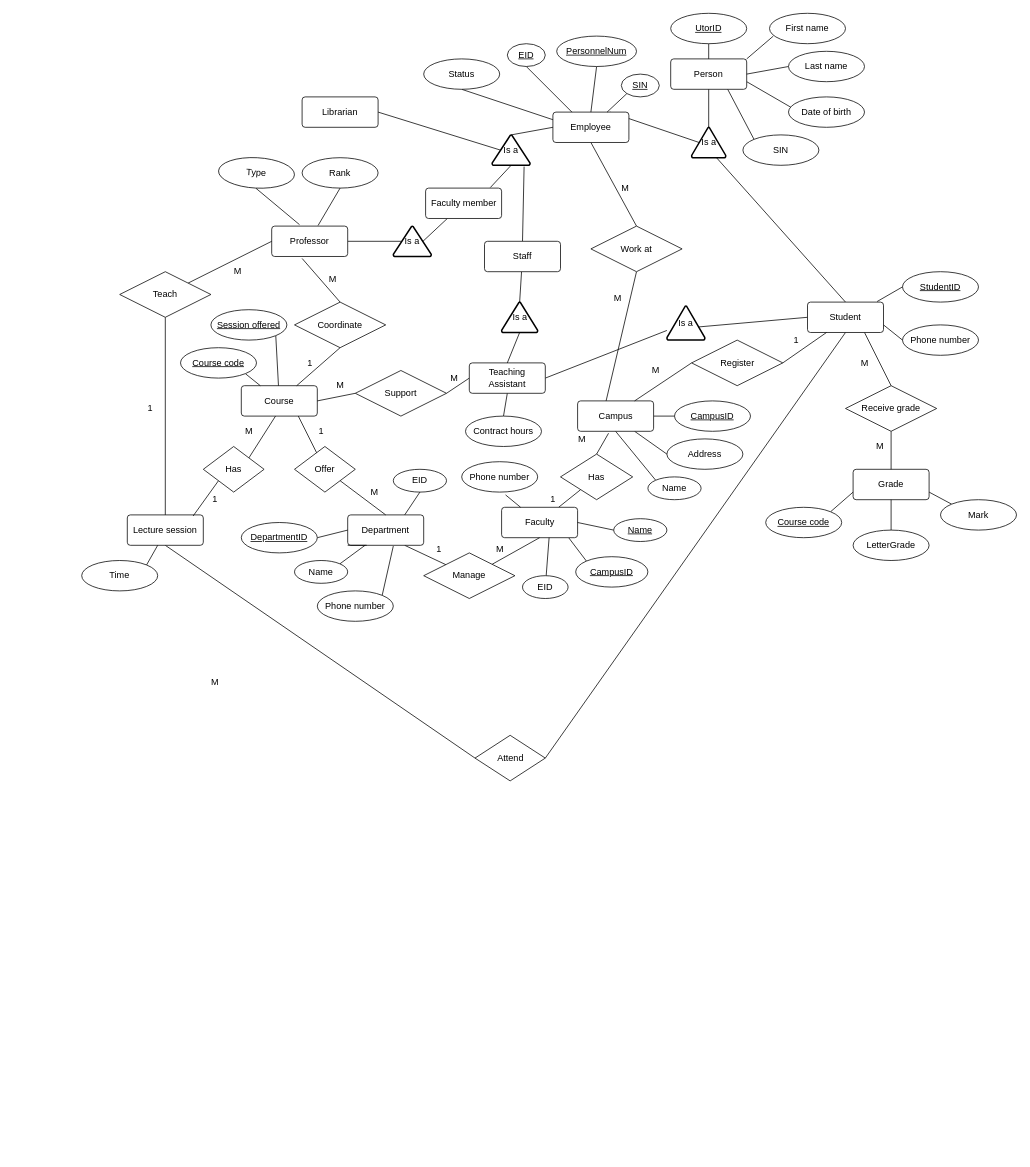
Before: Untitled Diagram.drawio in ListenBuddy/CSC343LAB2, a draw.io diagram. Source tidied: cells renumbered, new cells numbered last; positions are measured from the earlier drawing's top-left corner, leaving out a move shared by most shapes. Both pictures are drawn from the tidied source at 76%, with x=0, y=0 at pixel (81, 13).
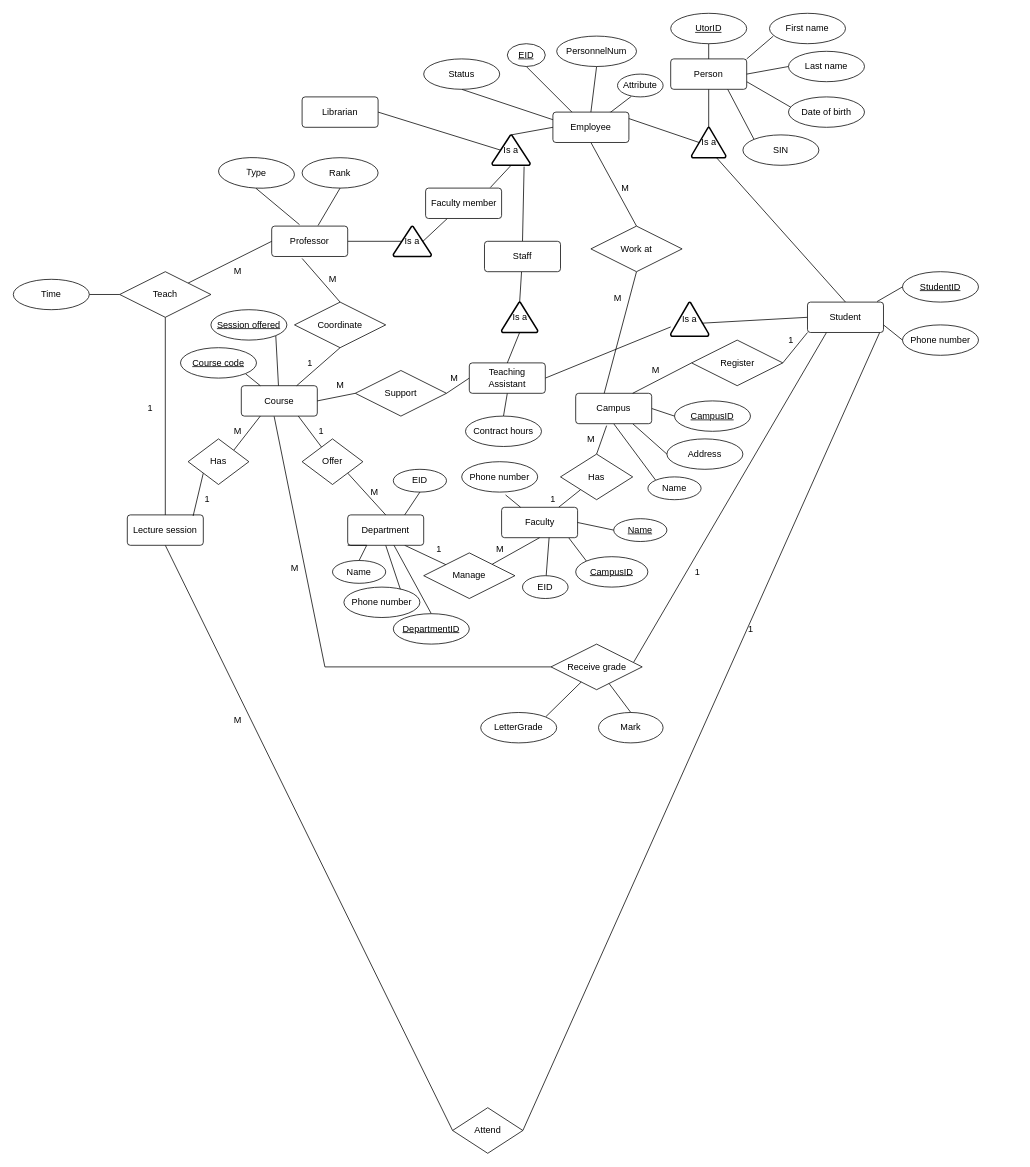
The same page after the edit.

The change refers to these unchanged cells:
```xml
<mxCell id="7" value="Department" style="rounded=1;arcSize=10;whiteSpace=wrap;html=1;align=center;" parent="1" vertex="1">
  <mxGeometry x="350" y="660" width="100" height="40" as="geometry" />
</mxCell>
<mxCell id="20" value="Course" style="rounded=1;arcSize=10;whiteSpace=wrap;html=1;align=center;" parent="1" vertex="1">
  <mxGeometry x="210" y="490" width="100" height="40" as="geometry" />
</mxCell>
<mxCell id="35" value="Lecture session" style="rounded=1;arcSize=10;whiteSpace=wrap;html=1;align=center;" parent="1" vertex="1">
  <mxGeometry x="60" y="660" width="100" height="40" as="geometry" />
</mxCell>
<mxCell id="38" value="Teach" style="shape=rhombus;perimeter=rhombusPerimeter;whiteSpace=wrap;html=1;align=center;" parent="1" vertex="1">
  <mxGeometry x="50" y="340" width="120" height="60" as="geometry" />
</mxCell>
<mxCell id="55" value="Employee" style="rounded=1;arcSize=10;whiteSpace=wrap;html=1;align=center;" parent="1" vertex="1">
  <mxGeometry x="620" y="130" width="100" height="40" as="geometry" />
</mxCell>
<mxCell id="85" value="Student" style="rounded=1;arcSize=10;whiteSpace=wrap;html=1;align=center;" parent="1" vertex="1">
  <mxGeometry x="955" y="380" width="100" height="40" as="geometry" />
</mxCell>
<mxCell id="91" value="Register" style="shape=rhombus;perimeter=rhombusPerimeter;whiteSpace=wrap;html=1;align=center;" parent="1" vertex="1">
  <mxGeometry x="802.5" y="430" width="120" height="60" as="geometry" />
</mxCell>
```

The edit, as a diff of the source:
```diff
@@
+    <mxCell id="159" style="edgeStyle=none;rounded=0;jettySize=auto;html=1;exitX=0.5;exitY=1;exitDx=0;exitDy=0;entryX=0.75;entryY=0.125;entryDx=0;entryDy=0;entryPerimeter=0;endArrow=none;endFill=0;" parent="1" edge="1" source="7" target="96">
+      <mxGeometry relative="1" as="geometry" />
+    </mxCell>
@@
-    <mxCell id="11" style="edgeStyle=none;rounded=0;jettySize=auto;html=1;exitX=1;exitY=0.5;exitDx=0;exitDy=0;entryX=0;entryY=0.5;entryDx=0;entryDy=0;endArrow=none;endFill=0;" parent="1" edge="1" source="12" target="7">
+    <mxCell id="11" style="edgeStyle=none;rounded=0;jettySize=auto;html=1;exitX=0.5;exitY=0;exitDx=0;exitDy=0;endArrow=none;endFill=0;" parent="1" edge="1" source="12" target="7">
       <mxGeometry relative="1" as="geometry" />
     </mxCell>
     <mxCell id="12" value="DepartmentID" style="ellipse;whiteSpace=wrap;html=1;align=center;fontStyle=4;" parent="1" vertex="1">
-      <mxGeometry x="210" y="670" width="100" height="40" as="geometry" />
+      <mxGeometry x="410" y="790" width="100" height="40" as="geometry" />
     </mxCell>
@@
     <mxCell id="18" value="Offer" style="shape=rhombus;perimeter=rhombusPerimeter;whiteSpace=wrap;html=1;align=center;" parent="1" vertex="1">
-      <mxGeometry x="280" y="570" width="80" height="60" as="geometry" />
+      <mxGeometry x="290" y="560" width="80" height="60" as="geometry" />
     </mxCell>
@@
-    <mxCell id="40" style="edgeStyle=none;rounded=0;jettySize=auto;html=1;exitX=1;exitY=0;exitDx=0;exitDy=0;entryX=0.4;entryY=1;entryDx=0;entryDy=0;entryPerimeter=0;endArrow=none;endFill=0;" parent="1" edge="1" source="41" target="35">
-      <mxGeometry relative="1" as="geometry" />
-    </mxCell>
+    <mxCell id="160" style="edgeStyle=none;rounded=0;jettySize=auto;html=1;exitX=1;exitY=0.5;exitDx=0;exitDy=0;entryX=0;entryY=0.5;entryDx=0;entryDy=0;endArrow=none;endFill=0;" parent="1" edge="1" source="41" target="38">
+      <mxGeometry relative="1" as="geometry" />
+    </mxCell>
     <mxCell id="41" value="Time" style="ellipse;whiteSpace=wrap;html=1;align=center;" parent="1" vertex="1">
-      <mxGeometry y="720" width="100" height="40" as="geometry" />
+      <mxGeometry x="-90" y="350" width="100" height="40" as="geometry" />
     </mxCell>
@@
-    <mxCell id="43" style="edgeStyle=none;rounded=0;jettySize=auto;html=1;exitX=1;exitY=0.5;exitDx=0;exitDy=0;entryX=0.5;entryY=1;entryDx=0;entryDy=0;endArrow=none;endFill=0;" parent="1" edge="1" source="44" target="85">
+    <mxCell id="43" style="edgeStyle=none;rounded=0;jettySize=auto;html=1;exitX=1;exitY=0.5;exitDx=0;exitDy=0;endArrow=none;endFill=0;entryX=0.95;entryY=1;entryDx=0;entryDy=0;entryPerimeter=0;" parent="1" edge="1" source="44" target="85">
       <mxGeometry relative="1" as="geometry" />
     </mxCell>
     <mxCell id="44" value="Attend" style="shape=rhombus;perimeter=rhombusPerimeter;whiteSpace=wrap;html=1;align=center;" parent="1" vertex="1">
-      <mxGeometry x="517.5" y="950" width="92.5" height="60" as="geometry" />
+      <mxGeometry x="488" y="1440" width="92.5" height="60" as="geometry" />
     </mxCell>
     <mxCell id="45" value="M" style="text;html=1;align=center;verticalAlign=middle;" parent="1" vertex="1">
-      <mxGeometry x="160" y="870" width="30" height="20" as="geometry" />
+      <mxGeometry x="190" y="920" width="30" height="20" as="geometry" />
     </mxCell>
@@
     <mxCell id="61" value="Is a" style="strokeWidth=2;html=1;shape=mxgraph.flowchart.extract_or_measurement;whiteSpace=wrap;" parent="1" vertex="1">
-      <mxGeometry x="770" y="385" width="50" height="45" as="geometry" />
+      <mxGeometry x="775" y="380" width="50" height="45" as="geometry" />
     </mxCell>
@@
     <mxCell id="77" value="Campus" style="rounded=1;arcSize=10;whiteSpace=wrap;html=1;align=center;" parent="1" vertex="1">
-      <mxGeometry x="652.5" y="510" width="100" height="40" as="geometry" />
+      <mxGeometry x="650" y="500" width="100" height="40" as="geometry" />
     </mxCell>
-    <mxCell id="78" style="edgeStyle=none;rounded=0;jettySize=auto;html=1;exitX=1;exitY=0;exitDx=0;exitDy=0;endArrow=none;endFill=0;entryX=0.45;entryY=1;entryDx=0;entryDy=0;entryPerimeter=0;" parent="1" edge="1" source="80" target="20">
+    <mxCell id="78" style="edgeStyle=none;rounded=0;jettySize=auto;html=1;exitX=1;exitY=0;exitDx=0;exitDy=0;endArrow=none;endFill=0;entryX=0.25;entryY=1;entryDx=0;entryDy=0;" parent="1" edge="1" source="80" target="20">
       <mxGeometry relative="1" as="geometry" />
     </mxCell>
@@
     <mxCell id="80" value="Has" style="shape=rhombus;perimeter=rhombusPerimeter;whiteSpace=wrap;html=1;align=center;" parent="1" vertex="1">
-      <mxGeometry x="160" y="570" width="80" height="60" as="geometry" />
+      <mxGeometry x="140" y="560" width="80" height="60" as="geometry" />
     </mxCell>
@@
-    <mxCell id="84" style="edgeStyle=none;rounded=0;jettySize=auto;html=1;exitX=0.75;exitY=1;exitDx=0;exitDy=0;entryX=0.5;entryY=0;entryDx=0;entryDy=0;endArrow=none;endFill=0;" parent="1" edge="1" source="85" target="151">
+    <mxCell id="84" style="edgeStyle=none;rounded=0;jettySize=auto;html=1;exitX=0.25;exitY=1;exitDx=0;exitDy=0;endArrow=none;endFill=0;entryX=0.907;entryY=0.395;entryDx=0;entryDy=0;entryPerimeter=0;" parent="1" edge="1" source="85" target="151">
       <mxGeometry relative="1" as="geometry" />
     </mxCell>
@@
-    <mxCell id="90" style="edgeStyle=none;rounded=0;jettySize=auto;html=1;exitX=1;exitY=0.5;exitDx=0;exitDy=0;entryX=0.25;entryY=1;entryDx=0;entryDy=0;endArrow=none;endFill=0;" parent="1" edge="1" source="91" target="85">
+    <mxCell id="90" style="edgeStyle=none;rounded=0;jettySize=auto;html=1;exitX=1;exitY=0.5;exitDx=0;exitDy=0;entryX=0;entryY=1;entryDx=0;entryDy=0;endArrow=none;endFill=0;" parent="1" edge="1" source="91" target="85">
       <mxGeometry relative="1" as="geometry" />
     </mxCell>
@@
-    <mxCell id="95" style="edgeStyle=none;rounded=0;jettySize=auto;html=1;exitX=1;exitY=0;exitDx=0;exitDy=0;endArrow=none;endFill=0;" parent="1" edge="1" source="96">
-      <mxGeometry relative="1" as="geometry">
-        <mxPoint x="410" y="701" as="targetPoint" />
-      </mxGeometry>
-    </mxCell>
     <mxCell id="96" value="Phone number" style="ellipse;whiteSpace=wrap;html=1;align=center;" parent="1" vertex="1">
-      <mxGeometry x="310" y="760" width="100" height="40" as="geometry" />
+      <mxGeometry x="345" y="755" width="100" height="40" as="geometry" />
     </mxCell>
@@
-    <mxCell id="101" style="edgeStyle=none;rounded=0;jettySize=auto;html=1;exitX=1;exitY=0;exitDx=0;exitDy=0;endArrow=none;endFill=0;" parent="1" edge="1" source="102" target="7">
+    <mxCell id="101" style="edgeStyle=none;rounded=0;jettySize=auto;html=1;exitX=0.5;exitY=0;exitDx=0;exitDy=0;entryX=0.25;entryY=1;entryDx=0;entryDy=0;endArrow=none;endFill=0;" parent="1" edge="1" source="102" target="7">
       <mxGeometry relative="1" as="geometry" />
     </mxCell>
     <mxCell id="102" value="Name" style="ellipse;whiteSpace=wrap;html=1;align=center;" parent="1" vertex="1">
-      <mxGeometry x="280" y="720" width="70" height="30" as="geometry" />
+      <mxGeometry x="330" y="720" width="70" height="30" as="geometry" />
     </mxCell>
@@
-    <mxCell id="125" style="edgeStyle=none;rounded=0;jettySize=auto;html=1;exitX=1;exitY=0.75;exitDx=0;exitDy=0;entryX=0;entryY=0;entryDx=0;entryDy=0;endArrow=none;endFill=0;" parent="1" edge="1" source="126" target="133">
-      <mxGeometry relative="1" as="geometry" />
-    </mxCell>
-    <mxCell id="126" value="Grade" style="rounded=1;arcSize=10;whiteSpace=wrap;html=1;align=center;" parent="1" vertex="1">
-      <mxGeometry x="1015" y="600" width="100" height="40" as="geometry" />
-    </mxCell>
@@
-    <mxCell id="128" value="&lt;u&gt;PersonnelNum&lt;/u&gt;" style="ellipse;whiteSpace=wrap;html=1;align=center;" parent="1" vertex="1">
+    <mxCell id="128" value="PersonnelNum" style="ellipse;whiteSpace=wrap;html=1;align=center;" parent="1" vertex="1">
       <mxGeometry x="625" y="30" width="105" height="40" as="geometry" />
     </mxCell>
-    <mxCell id="129" style="edgeStyle=none;rounded=0;jettySize=auto;html=1;exitX=0;exitY=1;exitDx=0;exitDy=0;endArrow=none;endFill=0;" parent="1" edge="1" source="130" target="55">
+    <mxCell id="129" style="edgeStyle=none;rounded=0;jettySize=auto;html=1;exitX=0.304;exitY=0.975;exitDx=0;exitDy=0;endArrow=none;endFill=0;exitPerimeter=0;" parent="1" edge="1" source="163" target="55">
       <mxGeometry relative="1" as="geometry" />
     </mxCell>
-    <mxCell id="130" value="SIN" style="ellipse;whiteSpace=wrap;html=1;align=center;fontStyle=4;" parent="1" vertex="1">
-      <mxGeometry x="710" y="80" width="50" height="30" as="geometry" />
-    </mxCell>
-    <mxCell id="131" style="edgeStyle=none;rounded=0;jettySize=auto;html=1;exitX=0.5;exitY=0;exitDx=0;exitDy=0;entryX=0.5;entryY=1;entryDx=0;entryDy=0;endArrow=none;endFill=0;" parent="1" edge="1" source="132" target="126">
-      <mxGeometry relative="1" as="geometry" />
-    </mxCell>
-    <mxCell id="132" value="LetterGrade" style="ellipse;whiteSpace=wrap;html=1;align=center;" parent="1" vertex="1">
-      <mxGeometry x="1015" y="680" width="100" height="40" as="geometry" />
-    </mxCell>
-    <mxCell id="133" value="Mark" style="ellipse;whiteSpace=wrap;html=1;align=center;" parent="1" vertex="1">
-      <mxGeometry x="1130" y="640" width="100" height="40" as="geometry" />
-    </mxCell>
-    <mxCell id="134" style="edgeStyle=none;rounded=0;jettySize=auto;html=1;exitX=1;exitY=0;exitDx=0;exitDy=0;entryX=0;entryY=0.75;entryDx=0;entryDy=0;endArrow=none;endFill=0;" parent="1" edge="1" source="135" target="126">
-      <mxGeometry relative="1" as="geometry" />
-    </mxCell>
-    <mxCell id="135" value="Course code" style="ellipse;whiteSpace=wrap;html=1;align=center;fontStyle=4;" parent="1" vertex="1">
-      <mxGeometry x="900" y="650" width="100" height="40" as="geometry" />
-    </mxCell>
@@
     <mxCell id="138" value="1" style="text;html=1;align=center;verticalAlign=middle;" parent="1" vertex="1">
-      <mxGeometry x="930" y="420" width="20" height="20" as="geometry" />
+      <mxGeometry x="922.5" y="420" width="20" height="20" as="geometry" />
     </mxCell>
@@
     <mxCell id="141" value="M" style="text;html=1;align=center;verticalAlign=middle;" parent="1" vertex="1">
-      <mxGeometry x="642.5" y="550" width="30" height="20" as="geometry" />
+      <mxGeometry x="655" y="550" width="30" height="20" as="geometry" />
     </mxCell>
@@
     <mxCell id="146" value="1" style="text;html=1;align=center;verticalAlign=middle;" parent="1" vertex="1">
-      <mxGeometry x="165" y="630" width="20" height="20" as="geometry" />
+      <mxGeometry x="155" y="630" width="20" height="20" as="geometry" />
     </mxCell>
     <mxCell id="147" value="M" style="text;html=1;align=center;verticalAlign=middle;" parent="1" vertex="1">
-      <mxGeometry x="205" y="540" width="30" height="20" as="geometry" />
+      <mxGeometry x="190" y="540" width="30" height="20" as="geometry" />
     </mxCell>
@@
-    <mxCell id="150" style="edgeStyle=none;rounded=0;jettySize=auto;html=1;exitX=0.5;exitY=1;exitDx=0;exitDy=0;entryX=0.5;entryY=0;entryDx=0;entryDy=0;endArrow=none;endFill=0;" parent="1" edge="1" source="151" target="126">
-      <mxGeometry relative="1" as="geometry" />
-    </mxCell>
+    <mxCell id="161" style="edgeStyle=none;rounded=0;jettySize=auto;html=1;entryX=0.432;entryY=1.009;entryDx=0;entryDy=0;entryPerimeter=0;endArrow=none;endFill=0;" parent="1" edge="1" source="151" target="20">
+      <mxGeometry relative="1" as="geometry">
+        <Array as="points">
+          <mxPoint x="320" y="860" />
+        </Array>
+      </mxGeometry>
+    </mxCell>
     <mxCell id="151" value="Receive grade" style="shape=rhombus;perimeter=rhombusPerimeter;whiteSpace=wrap;html=1;align=center;" parent="1" vertex="1">
-      <mxGeometry x="1005" y="490" width="120" height="60" as="geometry" />
+      <mxGeometry x="617.5" y="830" width="120" height="60" as="geometry" />
     </mxCell>
@@
-    <mxCell id="153" value="M" style="text;html=1;align=center;verticalAlign=middle;" parent="1" vertex="1">
-      <mxGeometry x="1015" y="450" width="30" height="20" as="geometry" />
+    <mxCell id="153" value="1" style="text;html=1;align=center;verticalAlign=middle;" parent="1" vertex="1">
+      <mxGeometry x="800" y="725" width="20" height="20" as="geometry" />
     </mxCell>
-    <mxCell id="154" value="M" style="text;html=1;align=center;verticalAlign=middle;" parent="1" vertex="1">
-      <mxGeometry x="1035" y="560" width="30" height="20" as="geometry" />
-    </mxCell>
@@
+    <mxCell id="162" value="1" style="text;html=1;align=center;verticalAlign=middle;" parent="1" vertex="1">
+      <mxGeometry x="870" y="800" width="20" height="20" as="geometry" />
+    </mxCell>
+    <mxCell id="163" value="Attribute" style="ellipse;whiteSpace=wrap;html=1;align=center;" parent="1" vertex="1">
+      <mxGeometry x="705" y="80" width="60" height="30" as="geometry" />
+    </mxCell>
+    <mxCell id="164" style="edgeStyle=none;rounded=0;jettySize=auto;html=1;exitX=1;exitY=0;exitDx=0;exitDy=0;endArrow=none;endFill=0;" parent="1" edge="1" source="132" target="151">
+      <mxGeometry relative="1" as="geometry" />
+    </mxCell>
+    <mxCell id="132" value="LetterGrade" style="ellipse;whiteSpace=wrap;html=1;align=center;" parent="1" vertex="1">
+      <mxGeometry x="525" y="920" width="100" height="40" as="geometry" />
+    </mxCell>
+    <mxCell id="165" style="edgeStyle=none;rounded=0;jettySize=auto;html=1;exitX=0.5;exitY=0;exitDx=0;exitDy=0;endArrow=none;endFill=0;" parent="1" edge="1" source="133" target="151">
+      <mxGeometry relative="1" as="geometry" />
+    </mxCell>
+    <mxCell id="133" value="Mark" style="ellipse;whiteSpace=wrap;html=1;align=center;" parent="1" vertex="1">
+      <mxGeometry x="680" y="920" width="85" height="40" as="geometry" />
+    </mxCell>
+    <mxCell id="154" value="M" style="text;html=1;align=center;verticalAlign=middle;" parent="1" vertex="1">
+      <mxGeometry x="265" y="720" width="30" height="20" as="geometry" />
+    </mxCell>
```
